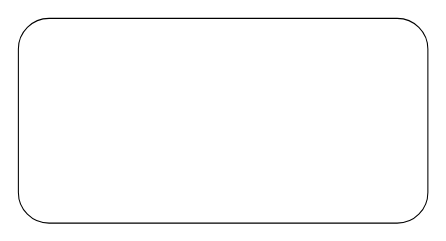
Earlier version of the draw.io diagram Diagram.drawio (KonuTech/data-engineering-zoomcamp-capstone-01). Source tidied: cells renumbered, new cells numbered last; positions are measured from the earlier drawing's top-left corner, leaving out a move shared by most shapes. Both pictures are drawn from the tidied source at 105%, with x=0, y=0 at pixel (18, 18).
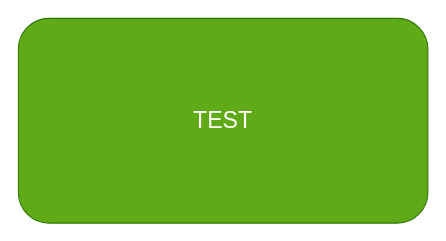
Above is the later version.

What changed in the source:
```diff
@@
 <mxGraphModel>
   <root>
     <mxCell id="0" />
     <mxCell id="1" parent="0" />
-    <mxCell id="2" style="rounded=1;whiteSpace=wrap;html=1;" parent="1" vertex="1">
+    <mxCell id="2" value="&lt;font style=&quot;font-size: 22px;&quot;&gt;TEST&lt;/font&gt;" style="rounded=1;whiteSpace=wrap;html=1;fillColor=#60a917;fontColor=#ffffff;strokeColor=#2D7600;" parent="1" vertex="1">
       <mxGeometry width="390" height="195" as="geometry" />
     </mxCell>
   </root>
 </mxGraphModel>
```
